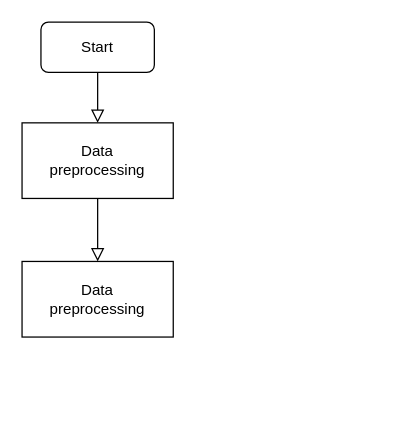
ThiriKid/drow_io keeps this draw.io diagram as project/未命名绘图.drawio. Above is the earlier version. Source tidied: cells renumbered, new cells numbered last; positions are measured from the earlier drawing's top-left corner, leaving out a move shared by most shapes. Both pictures are drawn from the tidied source at 126%, with x=0, y=0 at pixel (21, 21).
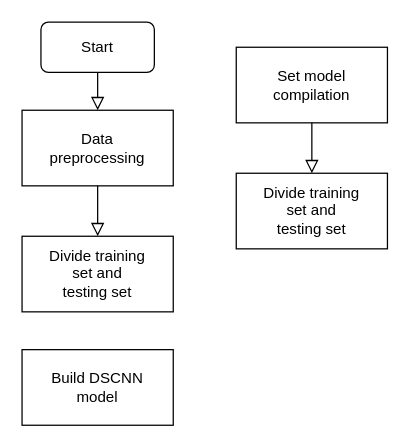
After the change.

Commit message (it also covers changes not shown here):
更新未命名绘图.drawio

What changed in the source:
```diff
@@
 <mxGraphModel>
   <root>
     <mxCell id="0" />
     <mxCell id="1" parent="0" />
     <mxCell id="2" style="rounded=0;html=1;jettySize=auto;fontSize=11;endArrow=block;endFill=0;endSize=8;strokeWidth=1;shadow=0;labelBackgroundColor=none;edgeStyle=orthogonalEdgeStyle;entryX=0.5;entryY=0;entryDx=0;entryDy=0;" parent="1" edge="1" source="3" target="4">
       <mxGeometry relative="1" as="geometry" />
     </mxCell>
     <mxCell id="3" value="Start" style="rounded=1;whiteSpace=wrap;html=1;fontSize=12;glass=0;strokeWidth=1;shadow=0;" parent="1" vertex="1">
       <mxGeometry x="15" width="90" height="40" as="geometry" />
     </mxCell>
     <mxCell id="4" value="Data &lt;br&gt;preprocessing" style="rounded=0;whiteSpace=wrap;html=1;" parent="1" vertex="1">
-      <mxGeometry y="80" width="120" height="60" as="geometry" />
+      <mxGeometry y="70" width="120" height="60" as="geometry" />
     </mxCell>
-    <mxCell id="5" value="Data &lt;br&gt;preprocessing" style="rounded=0;whiteSpace=wrap;html=1;" parent="1" vertex="1">
-      <mxGeometry y="190" width="120" height="60" as="geometry" />
+    <mxCell id="5" value="Divide training&lt;br&gt;set and&lt;br&gt;testing set" style="rounded=0;whiteSpace=wrap;html=1;" parent="1" vertex="1">
+      <mxGeometry y="170" width="120" height="60" as="geometry" />
     </mxCell>
     <mxCell id="6" style="rounded=0;html=1;jettySize=auto;fontSize=11;endArrow=block;endFill=0;endSize=8;strokeWidth=1;shadow=0;labelBackgroundColor=none;edgeStyle=orthogonalEdgeStyle;entryX=0.5;entryY=0;entryDx=0;entryDy=0;exitX=0.5;exitY=1;exitDx=0;exitDy=0;" parent="1" edge="1" source="4" target="5">
       <mxGeometry relative="1" as="geometry" />
     </mxCell>
+    <mxCell id="7" value="Build DSCNN&lt;br&gt;model" style="rounded=0;whiteSpace=wrap;html=1;" parent="1" vertex="1">
+      <mxGeometry y="260" width="120" height="60" as="geometry" />
+    </mxCell>
+    <mxCell id="8" value="Set model&lt;br&gt;compilation" style="rounded=0;whiteSpace=wrap;html=1;" parent="1" vertex="1">
+      <mxGeometry x="170" y="20" width="120" height="60" as="geometry" />
+    </mxCell>
+    <mxCell id="9" value="Divide training&lt;br&gt;set and&lt;br&gt;testing set" style="rounded=0;whiteSpace=wrap;html=1;" parent="1" vertex="1">
+      <mxGeometry x="170" y="120" width="120" height="60" as="geometry" />
+    </mxCell>
+    <mxCell id="10" style="rounded=0;html=1;jettySize=auto;fontSize=11;endArrow=block;endFill=0;endSize=8;strokeWidth=1;shadow=0;labelBackgroundColor=none;edgeStyle=orthogonalEdgeStyle;entryX=0.5;entryY=0;entryDx=0;entryDy=0;exitX=0.5;exitY=1;exitDx=0;exitDy=0;" parent="1" edge="1" source="8" target="9">
+      <mxGeometry relative="1" as="geometry" />
+    </mxCell>
   </root>
 </mxGraphModel>
```
